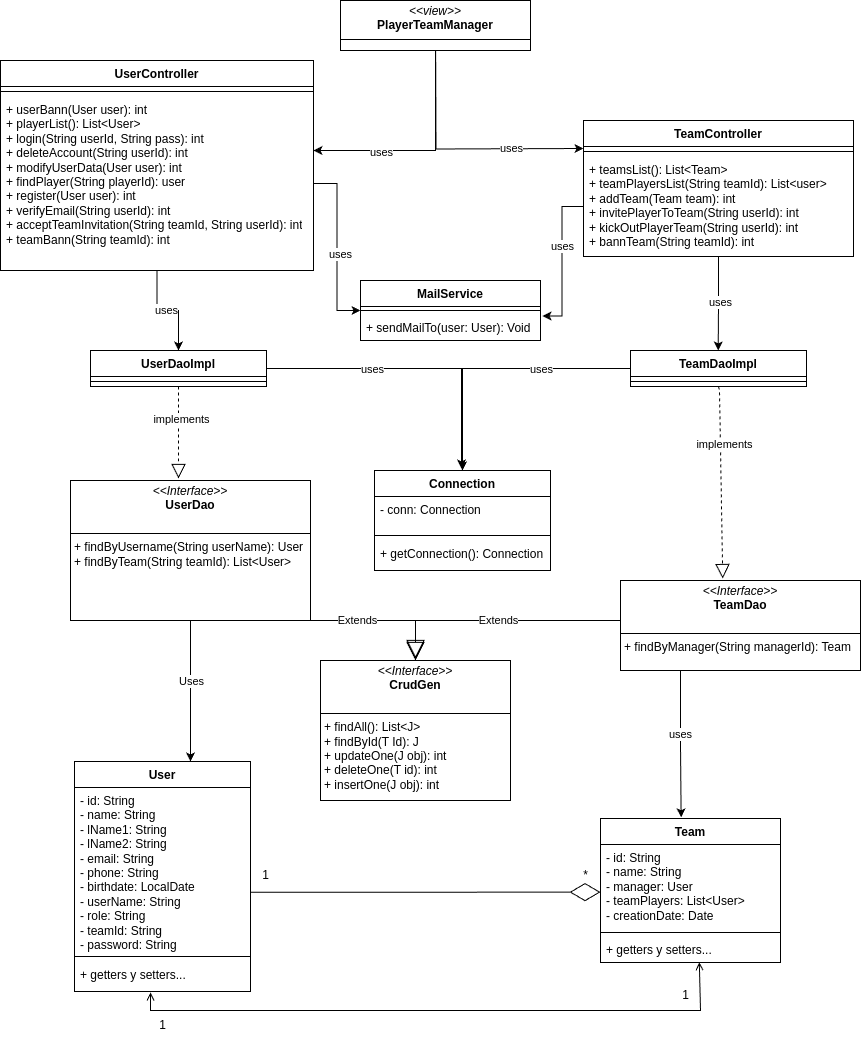
The draw.io diagram src/diagrams/clases.png in JoseLuisPelayo/torneo-esports-uml, before a commit. Source tidied: cells renumbered, new cells last; positions are measured from the earlier drawing's top-left corner, leaving out a move shared by most shapes.
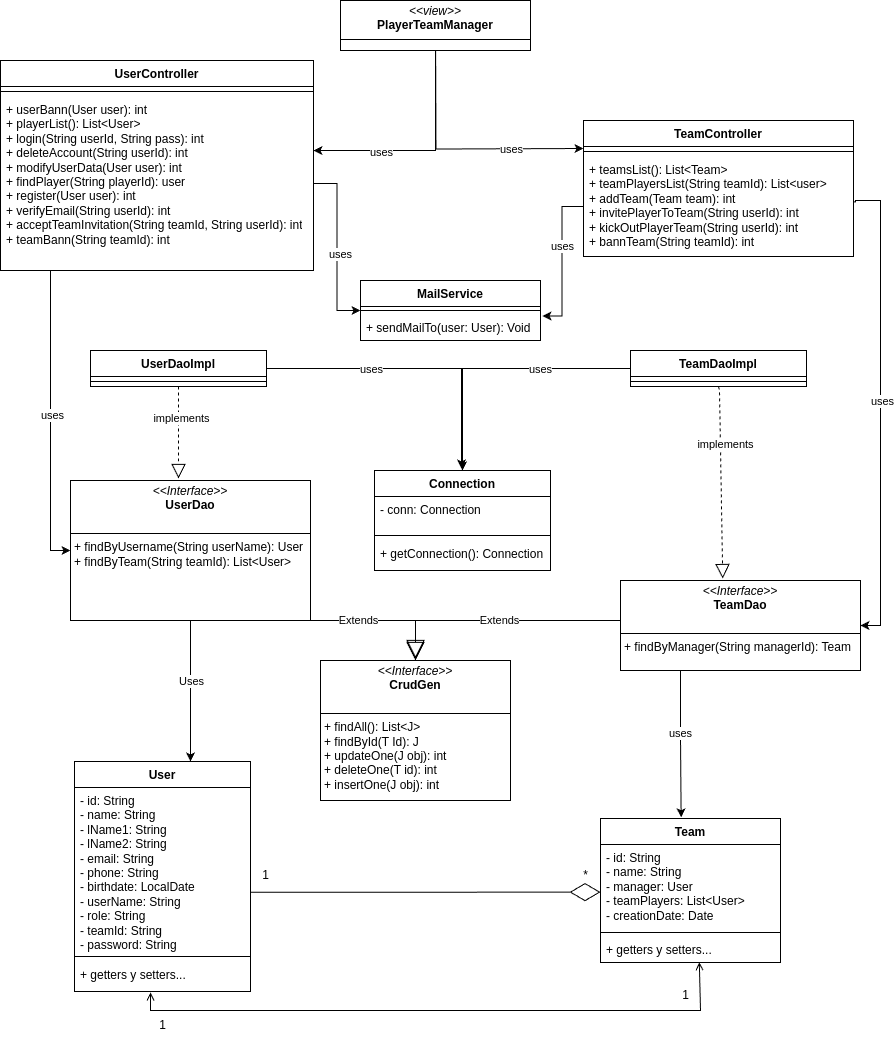
After the commit.

Commit message:
clase diagram changed

What changed in the source:
```diff
@@ -102,8 +102,12 @@
     <mxCell id="30" style="line;strokeWidth=1;fillColor=none;align=left;verticalAlign=middle;spacingTop=-1;spacingLeft=3;spacingRight=3;labelPosition=right;strokeColor=inherit;" parent="29" vertex="1">
       <mxGeometry y="26" width="176" height="10" as="geometry" />
     </mxCell>
-    <mxCell id="31" style="edgeStyle=orthogonalEdgeStyle;rounded=0;jettySize=auto;html=1;entryX=0.5;entryY=0;entryDx=0;entryDy=0;" parent="1" edge="1" source="35" target="29">
-      <mxGeometry relative="1" as="geometry" />
+    <mxCell id="31" style="edgeStyle=orthogonalEdgeStyle;rounded=0;jettySize=auto;html=1;entryX=0;entryY=0.5;entryDx=0;entryDy=0;" parent="1" edge="1" source="35" target="21">
+      <mxGeometry relative="1" as="geometry">
+        <Array as="points">
+          <mxPoint x="50" y="550" />
+        </Array>
+      </mxGeometry>
     </mxCell>
     <mxCell id="32" value="uses" style="edgeLabel;html=1;align=center;verticalAlign=middle;" parent="31" vertex="1">
       <mxGeometry x="-0.04" y="1" relative="1" as="geometry" />
@@ -208,9 +212,13 @@
     <mxCell id="55" value="implements" style="edgeLabel;html=1;align=center;verticalAlign=middle;" parent="54" vertex="1">
       <mxGeometry x="-0.3" y="2" relative="1" as="geometry" />
     </mxCell>
-    <mxCell id="56" style="edgeStyle=orthogonalEdgeStyle;rounded=0;jettySize=auto;html=1;entryX=0.5;entryY=0;entryDx=0;entryDy=0;exitX=0.5;exitY=1;exitDx=0;exitDy=0;" parent="1" edge="1" source="51">
+    <mxCell id="56" style="edgeStyle=orthogonalEdgeStyle;rounded=0;jettySize=auto;html=1;entryX=1;entryY=0.5;entryDx=0;entryDy=0;exitX=1.002;exitY=0.453;exitDx=0;exitDy=0;exitPerimeter=0;" parent="1" edge="1" source="53" target="41">
       <mxGeometry relative="1" as="geometry">
-        <mxPoint x="717.7" y="350" as="targetPoint" />
+        <Array as="points">
+          <mxPoint x="855" y="200" />
+          <mxPoint x="880" y="200" />
+          <mxPoint x="880" y="625" />
+        </Array>
       </mxGeometry>
     </mxCell>
     <mxCell id="57" value="uses" style="edgeLabel;html=1;align=center;verticalAlign=middle;" parent="56" vertex="1">
```
